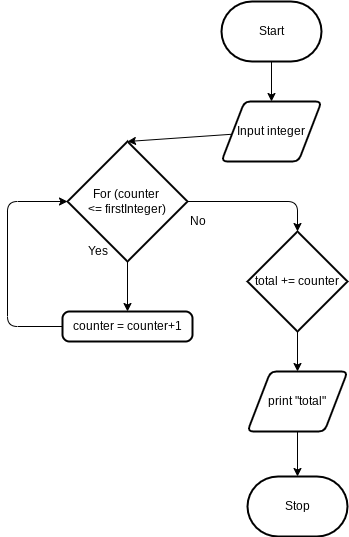
Earlier version of the draw.io export design/flowchart.png (marshall-demars/ICS20-Unit5-07-JS). Source tidied: cells renumbered, new cells last; positions are measured from the earlier drawing's top-left corner, leaving out a move shared by most shapes.
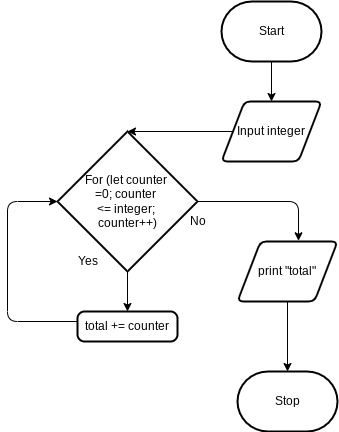
After the change.

Diff of the diagram source:
```diff
@@ -14,46 +14,42 @@
     <mxCell id="5" value="Input integer" style="shape=parallelogram;html=1;strokeWidth=2;perimeter=parallelogramPerimeter;whiteSpace=wrap;rounded=1;arcSize=12;size=0.23;" parent="1" vertex="1">
       <mxGeometry x="214" y="100" width="100" height="60" as="geometry" />
     </mxCell>
-    <mxCell id="6" style="edgeStyle=none;html=1;" parent="1" edge="1" source="8" target="10">
-      <mxGeometry relative="1" as="geometry" />
+    <mxCell id="6" style="edgeStyle=none;html=1;" parent="1" edge="1" source="8">
+      <mxGeometry relative="1" as="geometry">
+        <mxPoint x="120" y="310" as="targetPoint" />
+      </mxGeometry>
     </mxCell>
-    <mxCell id="7" style="edgeStyle=orthogonalEdgeStyle;html=1;entryX=0.5;entryY=0;entryDx=0;entryDy=0;entryPerimeter=0;" parent="1" edge="1" source="8" target="14">
+    <mxCell id="7" style="edgeStyle=orthogonalEdgeStyle;html=1;entryX=0.61;entryY=-0.012;entryDx=0;entryDy=0;entryPerimeter=0;" parent="1" edge="1" source="8" target="16">
       <mxGeometry relative="1" as="geometry" />
     </mxCell>
-    <mxCell id="8" value="For (counter &lt;br&gt;&amp;lt;= firstInteger)" style="strokeWidth=2;html=1;shape=mxgraph.flowchart.decision;whiteSpace=wrap;" parent="1" vertex="1">
-      <mxGeometry x="60" y="140" width="120" height="120" as="geometry" />
+    <mxCell id="8" value="For (let counter &lt;br&gt;=0; counter &lt;br&gt;&amp;lt;= integer; &lt;br&gt;counter++)" style="strokeWidth=2;html=1;shape=mxgraph.flowchart.decision;whiteSpace=wrap;" parent="1" vertex="1">
+      <mxGeometry x="50" y="130" width="140" height="140" as="geometry" />
     </mxCell>
-    <mxCell id="9" style="edgeStyle=orthogonalEdgeStyle;html=1;entryX=0;entryY=0.5;entryDx=0;entryDy=0;entryPerimeter=0;" parent="1" edge="1" source="10" target="8">
-      <mxGeometry relative="1" as="geometry">
-        <Array as="points">
-          <mxPoint y="325" />
-          <mxPoint y="200" />
-        </Array>
-      </mxGeometry>
-    </mxCell>
-    <mxCell id="10" value="counter = counter+1" style="rounded=1;whiteSpace=wrap;html=1;absoluteArcSize=1;arcSize=14;strokeWidth=2;" parent="1" vertex="1">
-      <mxGeometry x="55" y="310" width="130" height="30" as="geometry" />
-    </mxCell>
     <mxCell id="11" value="Yes" style="text;html=1;align=center;verticalAlign=middle;strokeColor=none;fillColor=none;" parent="1" vertex="1">
-      <mxGeometry x="70" y="240" width="40" height="20" as="geometry" />
+      <mxGeometry x="60" y="250" width="40" height="20" as="geometry" />
     </mxCell>
     <mxCell id="12" value="No" style="text;html=1;align=center;verticalAlign=middle;strokeColor=none;fillColor=none;" parent="1" vertex="1">
       <mxGeometry x="175" y="210" width="30" height="20" as="geometry" />
     </mxCell>
-    <mxCell id="13" style="edgeStyle=orthogonalEdgeStyle;html=1;entryX=0.5;entryY=0;entryDx=0;entryDy=0;" parent="1" edge="1" source="14" target="16">
-      <mxGeometry relative="1" as="geometry" />
-    </mxCell>
-    <mxCell id="14" value="total += counter" style="strokeWidth=2;html=1;shape=mxgraph.flowchart.decision;whiteSpace=wrap;" parent="1" vertex="1">
-      <mxGeometry x="240" y="230" width="100" height="100" as="geometry" />
-    </mxCell>
     <mxCell id="15" style="edgeStyle=orthogonalEdgeStyle;html=1;entryX=0.5;entryY=0;entryDx=0;entryDy=0;entryPerimeter=0;" parent="1" edge="1" source="16" target="17">
       <mxGeometry relative="1" as="geometry" />
     </mxCell>
     <mxCell id="16" value="print &quot;total&quot;" style="shape=parallelogram;html=1;strokeWidth=2;perimeter=parallelogramPerimeter;whiteSpace=wrap;rounded=1;arcSize=12;size=0.23;" parent="1" vertex="1">
-      <mxGeometry x="240" y="370" width="100" height="60" as="geometry" />
+      <mxGeometry x="230" y="240" width="100" height="60" as="geometry" />
     </mxCell>
     <mxCell id="17" value="Stop" style="strokeWidth=2;html=1;shape=mxgraph.flowchart.terminator;whiteSpace=wrap;" parent="1" vertex="1">
-      <mxGeometry x="240" y="475" width="100" height="60" as="geometry" />
+      <mxGeometry x="230" y="370" width="100" height="60" as="geometry" />
     </mxCell>
+    <mxCell id="18" style="edgeStyle=orthogonalEdgeStyle;html=1;entryX=0;entryY=0.5;entryDx=0;entryDy=0;entryPerimeter=0;" parent="1" edge="1" source="14" target="8">
+      <mxGeometry relative="1" as="geometry">
+        <Array as="points">
+          <mxPoint y="320" />
+          <mxPoint y="200" />
+        </Array>
+      </mxGeometry>
+    </mxCell>
+    <mxCell id="14" value="total += counter" style="rounded=1;whiteSpace=wrap;html=1;absoluteArcSize=1;arcSize=14;strokeWidth=2;" parent="1" vertex="1">
+      <mxGeometry x="70" y="310" width="100" height="30" as="geometry" />
+    </mxCell>
   </root>
 </mxGraphModel>
```
